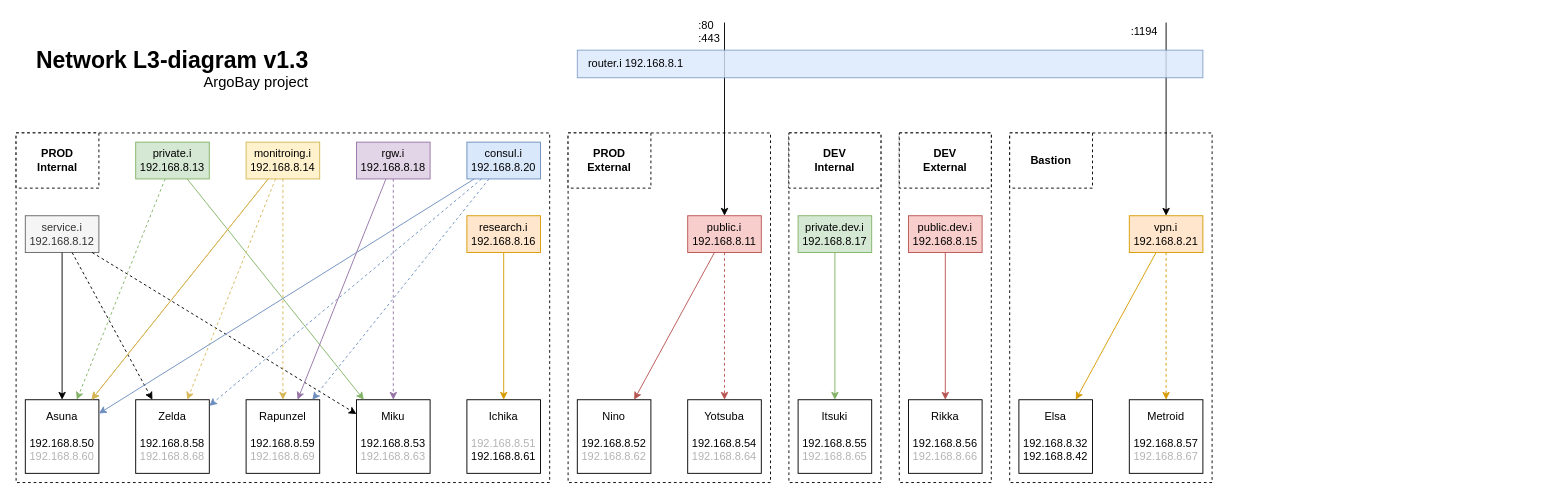
Earlier version of the draw.io diagram page "L3-Net" (3 of 11) of docs/schemes/Argobay-main.drawio (SnipGhost/argobay-ansible). Source tidied: cells renumbered, new cells numbered last; positions are measured from the earlier drawing's top-left corner, leaving out a move shared by most shapes. Both pictures are drawn from the tidied source at 92%, with x=0, y=0 at pixel (16, 22).
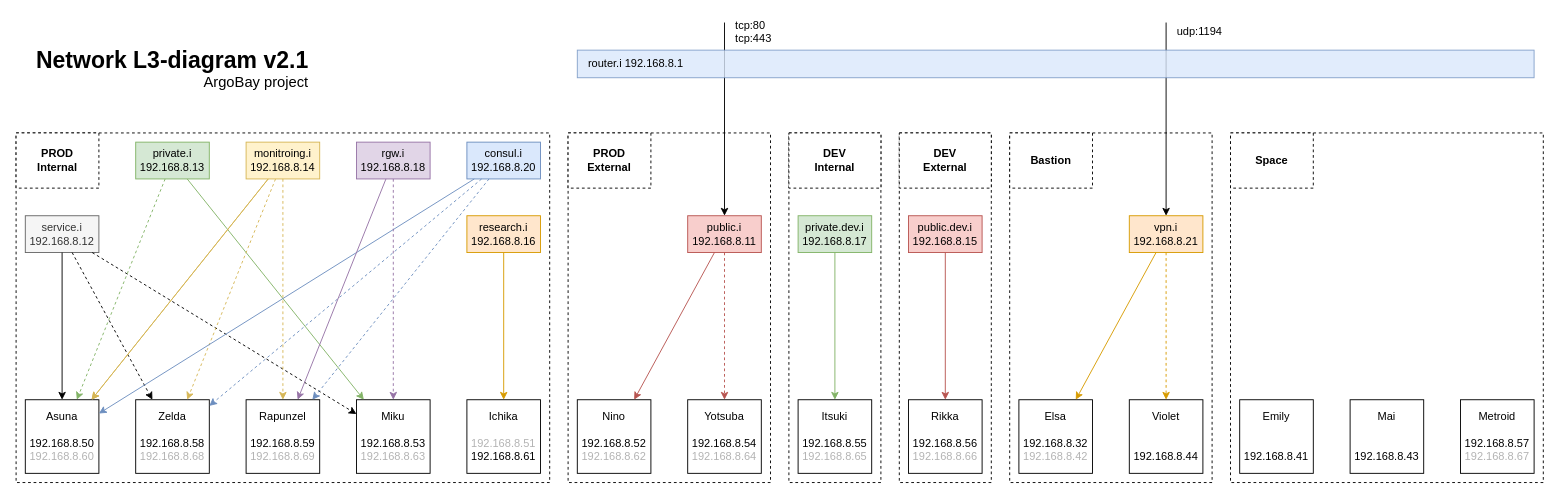
Above is the later version.

Change to the diagram source:
```diff
@@
-    <mxCell id="16" value="&lt;div&gt;Metroid&lt;/div&gt;&lt;div&gt;&lt;br&gt;&lt;/div&gt;&lt;div&gt;192.168.8.57&lt;/div&gt;&lt;div&gt;&lt;font color=&quot;#b3b3b3&quot;&gt;192.168.8.67&lt;/font&gt;&lt;/div&gt;" style="rounded=0;whiteSpace=wrap;html=1;" parent="1" vertex="1">
+    <mxCell id="16" value="&lt;div&gt;Violet&lt;/div&gt;&lt;div&gt;&lt;br&gt;&lt;/div&gt;&lt;div&gt;&lt;br&gt;&lt;/div&gt;&lt;div&gt;192.168.8.44&lt;/div&gt;" style="rounded=0;whiteSpace=wrap;html=1;" parent="1" vertex="1">
       <mxGeometry x="1210" y="410" width="80" height="80" as="geometry" />
     </mxCell>
@@
-    <mxCell id="47" value="&lt;div&gt;Elsa&lt;/div&gt;&lt;div&gt;&lt;br&gt;192.168.8.32&lt;br&gt;&lt;/div&gt;&lt;div&gt;192.168.8.42&lt;/div&gt;" style="rounded=0;whiteSpace=wrap;html=1;" parent="1" vertex="1">
+    <mxCell id="47" value="&lt;div&gt;Elsa&lt;/div&gt;&lt;div&gt;&lt;br&gt;192.168.8.32&lt;br&gt;&lt;/div&gt;&lt;div&gt;&lt;font color=&quot;#b3b3b3&quot;&gt;192.168.8.42&lt;/font&gt;&lt;/div&gt;" style="rounded=0;whiteSpace=wrap;html=1;" parent="1" vertex="1">
       <mxGeometry x="1090" y="410" width="80" height="80" as="geometry" />
     </mxCell>
@@
-    <mxCell id="53" value=":80&lt;br&gt;:443" style="text;html=1;strokeColor=none;fillColor=none;align=left;verticalAlign=middle;whiteSpace=wrap;rounded=0;dashed=1;opacity=80;" parent="1" vertex="1">
-      <mxGeometry x="740" width="30" height="20" as="geometry" />
+    <mxCell id="53" value="tcp:80&lt;br&gt;tcp:443" style="text;html=1;strokeColor=none;fillColor=none;align=left;verticalAlign=middle;whiteSpace=wrap;rounded=0;dashed=1;opacity=80;" parent="1" vertex="1">
+      <mxGeometry x="780" width="50" height="20" as="geometry" />
     </mxCell>
@@
-    <mxCell id="55" value=":1194" style="text;html=1;strokeColor=none;fillColor=none;align=left;verticalAlign=middle;whiteSpace=wrap;rounded=0;dashed=1;opacity=80;" parent="1" vertex="1">
-      <mxGeometry x="1210" width="40" height="20" as="geometry" />
+    <mxCell id="55" value="udp:1194" style="text;html=1;strokeColor=none;fillColor=none;align=left;verticalAlign=middle;whiteSpace=wrap;rounded=0;dashed=1;opacity=80;" parent="1" vertex="1">
+      <mxGeometry x="1260" width="60" height="20" as="geometry" />
     </mxCell>
     <mxCell id="56" value="&amp;nbsp;&amp;nbsp; router.i 192.168.8.1" style="rounded=0;whiteSpace=wrap;html=1;align=left;fillColor=#dae8fc;strokeColor=#6c8ebf;opacity=80;" parent="1" vertex="1">
-      <mxGeometry x="610" y="30" width="680" height="30" as="geometry" />
+      <mxGeometry x="610" y="30" width="1040" height="30" as="geometry" />
     </mxCell>
@@
-    <mxCell id="59" value="&lt;span style=&quot;font-size: 25px&quot;&gt;&lt;b&gt;Network L3-diagram v1.3&lt;/b&gt;&lt;/span&gt;&lt;br&gt;&lt;div&gt;&lt;font style=&quot;font-size: 16px&quot;&gt;ArgoBay project&lt;/font&gt;&lt;/div&gt;" style="text;html=1;strokeColor=none;fillColor=none;align=right;verticalAlign=middle;whiteSpace=wrap;rounded=0;dashed=1;" parent="1" vertex="1">
+    <mxCell id="59" value="&lt;span style=&quot;font-size: 25px&quot;&gt;&lt;b&gt;Network L3-diagram v2.1&lt;/b&gt;&lt;/span&gt;&lt;br&gt;&lt;div&gt;&lt;font style=&quot;font-size: 16px&quot;&gt;ArgoBay project&lt;/font&gt;&lt;/div&gt;" style="text;html=1;strokeColor=none;fillColor=none;align=right;verticalAlign=middle;whiteSpace=wrap;rounded=0;dashed=1;" parent="1" vertex="1">
       <mxGeometry x="10" y="20" width="310" height="60" as="geometry" />
     </mxCell>
+    <mxCell id="60" style="rounded=0;whiteSpace=wrap;html=1;dashed=1;" parent="1" vertex="1">
+      <mxGeometry x="1320" y="120" width="340" height="380" as="geometry" />
+    </mxCell>
+    <mxCell id="61" value="&lt;div&gt;Emily&lt;/div&gt;&lt;div&gt;&lt;br&gt;&lt;br&gt;&lt;/div&gt;&lt;div&gt;192.168.8.41&lt;/div&gt;" style="rounded=0;whiteSpace=wrap;html=1;" parent="1" vertex="1">
+      <mxGeometry x="1330" y="410" width="80" height="80" as="geometry" />
+    </mxCell>
+    <mxCell id="62" value="&lt;div&gt;Mai&lt;/div&gt;&lt;div&gt;&lt;br&gt;&lt;/div&gt;&lt;div&gt;&lt;br&gt;&lt;/div&gt;&lt;div&gt;192.168.8.43&lt;/div&gt;" style="rounded=0;whiteSpace=wrap;html=1;" parent="1" vertex="1">
+      <mxGeometry x="1450" y="410" width="80" height="80" as="geometry" />
+    </mxCell>
+    <mxCell id="63" value="&lt;div&gt;Metroid&lt;/div&gt;&lt;div&gt;&lt;br&gt;&lt;/div&gt;&lt;div&gt;192.168.8.57&lt;/div&gt;&lt;div&gt;&lt;font color=&quot;#b3b3b3&quot;&gt;192.168.8.67&lt;/font&gt;&lt;/div&gt;" style="rounded=0;whiteSpace=wrap;html=1;" parent="1" vertex="1">
+      <mxGeometry x="1570" y="410" width="80" height="80" as="geometry" />
+    </mxCell>
+    <mxCell id="64" value="&lt;b&gt;Space&lt;/b&gt;" style="rounded=0;whiteSpace=wrap;html=1;dashed=1;" parent="1" vertex="1">
+      <mxGeometry x="1320" y="120" width="90" height="60" as="geometry" />
+    </mxCell>
```
